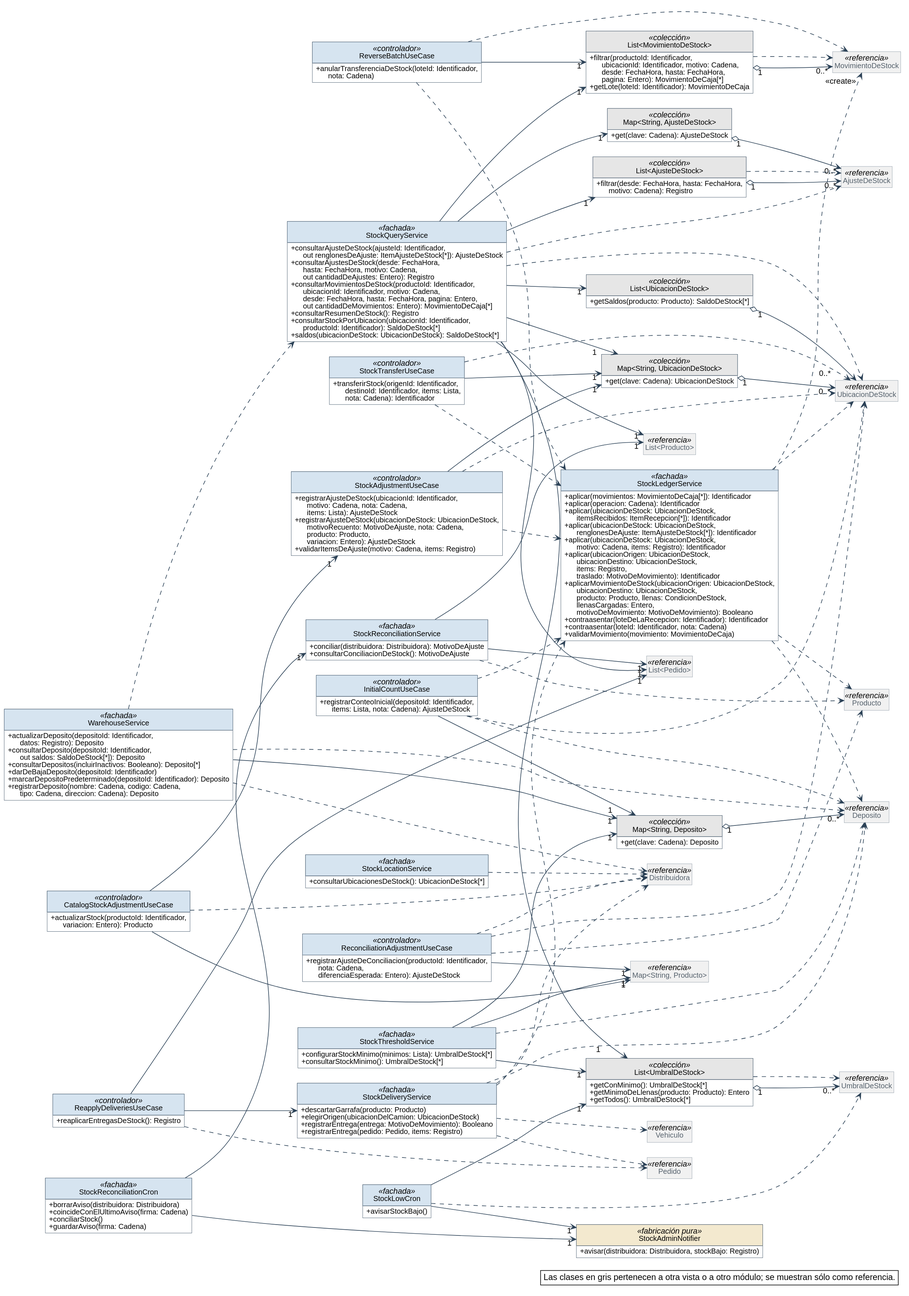
This is diagramas/clases-diseno/DC_Mod_Stock.svg from Nahuelito-Dev/splg-docs, a PlantUML export, as it was before one commit.
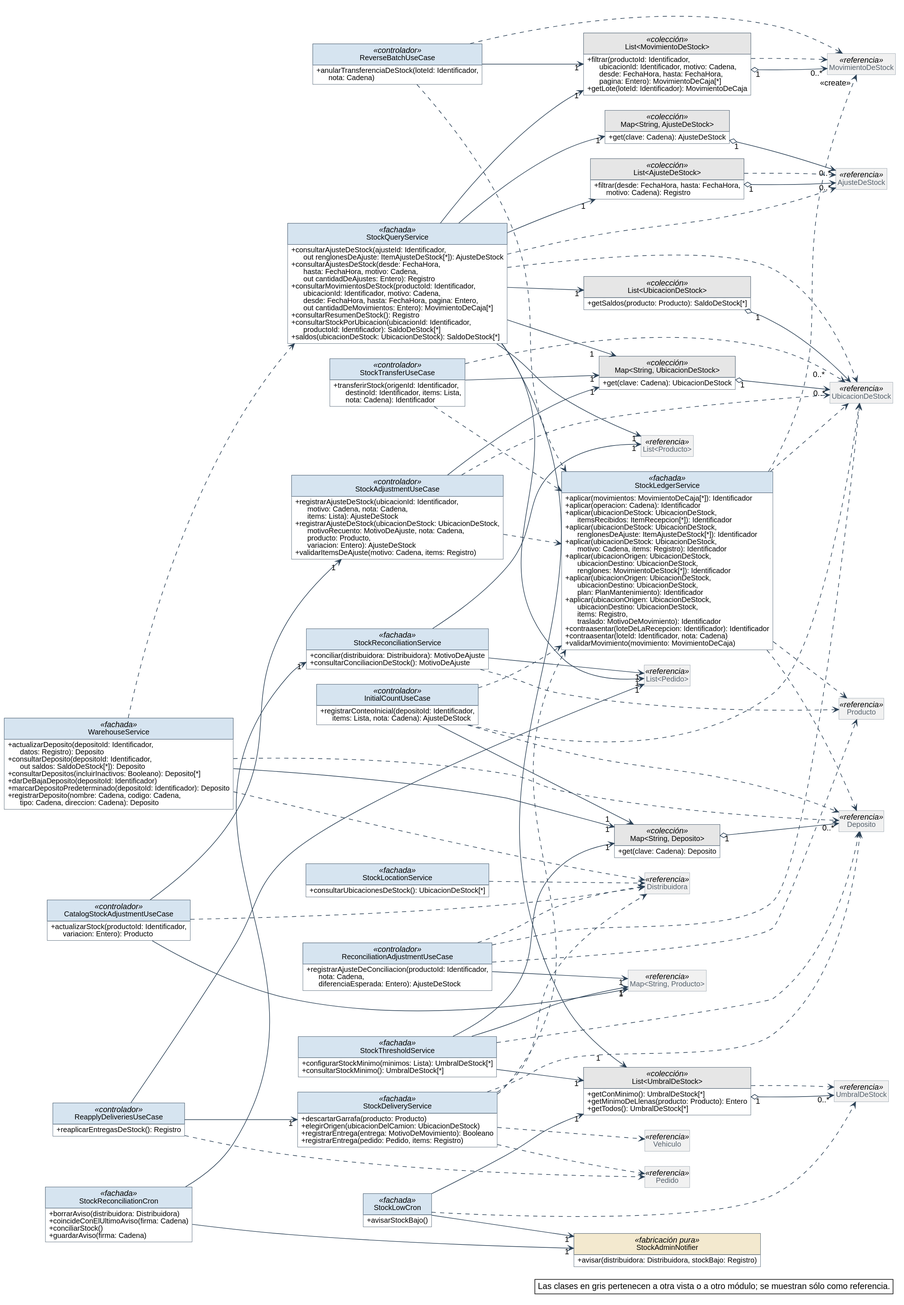
Later version of the same file.

Change to the diagram source:
```diff
@@ -121,8 +121,9 @@
   + aplicar(ubicacionDeStock: UbicacionDeStock,\n      itemsRecibidos: ItemRecepcion[*]): Identificador
   + aplicar(ubicacionDeStock: UbicacionDeStock,\n      renglonesDeAjuste: ItemAjusteDeStock[*]): Identificador
   + aplicar(ubicacionDeStock: UbicacionDeStock,\n      motivo: Cadena, items: Registro): Identificador
+  + aplicar(ubicacionOrigen: UbicacionDeStock,\n      ubicacionDestino: UbicacionDeStock,\n      renglones: MovimientoDeStock[*]): Identificador
+  + aplicar(ubicacionOrigen: UbicacionDeStock,\n      ubicacionDestino: UbicacionDeStock,\n      plan: PlanMantenimiento): Identificador
   + aplicar(ubicacionOrigen: UbicacionDeStock,\n      ubicacionDestino: UbicacionDeStock,\n      items: Registro,\n      traslado: MotivoDeMovimiento): Identificador
-  + aplicarMovimientoDeStock(ubicacionOrigen: UbicacionDeStock,\n      ubicacionDestino: UbicacionDeStock,\n      producto: Producto, llenas: CondicionDeStock,\n      llenasCargadas: Entero,\n      motivoDeMovimiento: MotivoDeMovimiento): Booleano
   + contraasentar(loteDeLaRecepcion: Identificador): Identificador
   + contraasentar(loteId: Identificador, nota: Cadena)
   + validarMovimiento(movimiento: MovimientoDeCaja)
```
